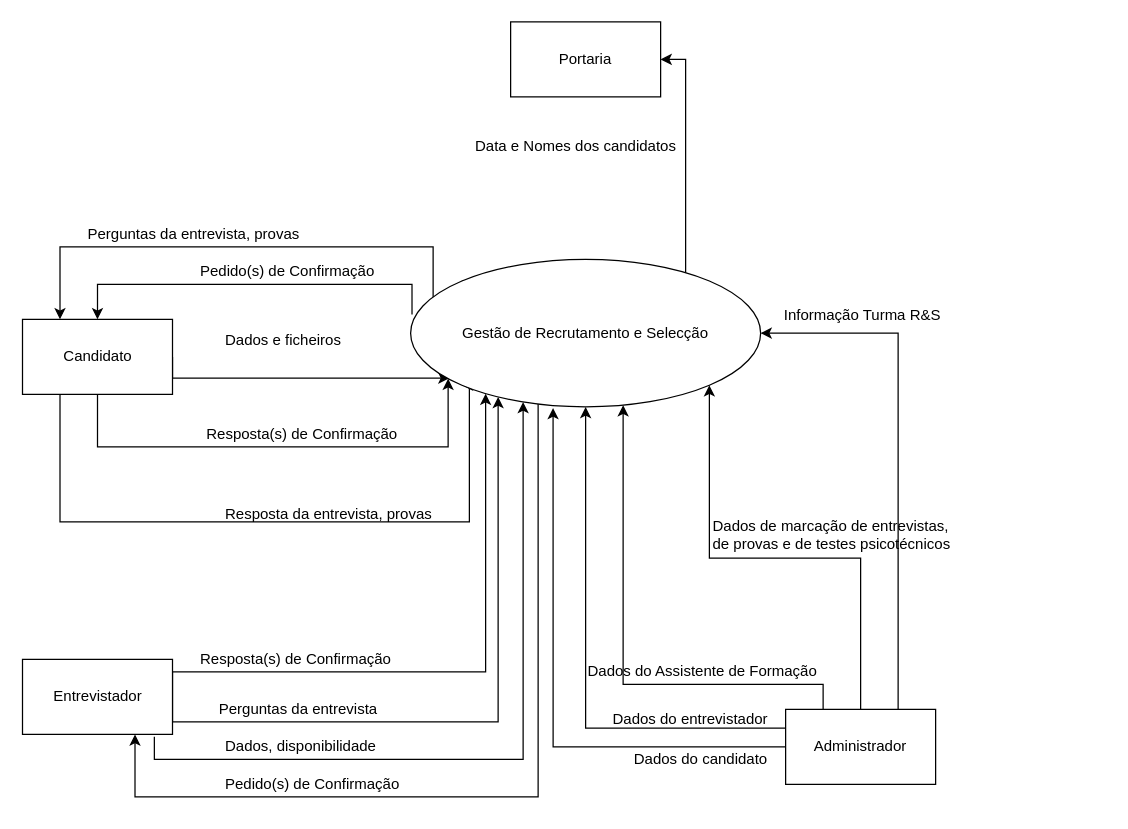
Earlier version of the draw.io diagram projeto/Docs/Diagrama de Contexto.drawio (blestonbandeira/grs). Source tidied: cells renumbered, new cells numbered last; positions are measured from the earlier drawing's top-left corner, leaving out a move shared by most shapes. Both pictures are drawn from the tidied source at 125%, with x=0, y=0 at pixel (22, 21).
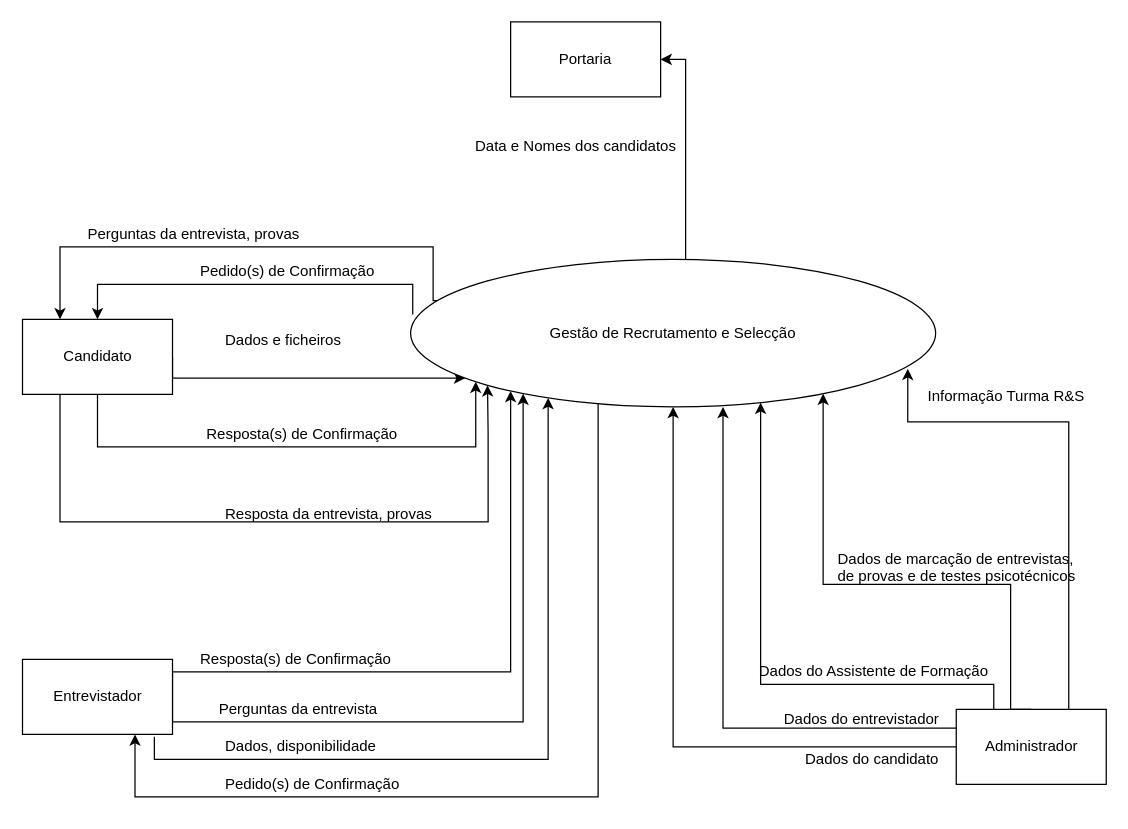
The same page after the edit.

Unchanged cells that the change refers to:
```xml
<mxCell id="5" value="Candidato" style="rounded=0;whiteSpace=wrap;html=1;" parent="1" vertex="1">
  <mxGeometry x="-0.5" y="238" width="120" height="60" as="geometry" />
</mxCell>
<mxCell id="19" value="Entrevistador" style="rounded=0;whiteSpace=wrap;html=1;" parent="1" vertex="1">
  <mxGeometry x="-0.5" y="510" width="120" height="60" as="geometry" />
</mxCell>
```

Change to the diagram source:
```diff
@@
-    <mxCell id="2" style="edgeStyle=orthogonalEdgeStyle;rounded=0;jettySize=auto;html=1;" parent="1" edge="1" source="5" target="12">
+    <mxCell id="2" style="edgeStyle=orthogonalEdgeStyle;rounded=0;jettySize=auto;html=1;entryX=0.124;entryY=0.829;entryDx=0;entryDy=0;entryPerimeter=0;" parent="1" edge="1" source="5" target="12">
       <mxGeometry relative="1" as="geometry">
         <Array as="points">
           <mxPoint x="60" y="340" />
-          <mxPoint x="340" y="340" />
+          <mxPoint x="362" y="340" />
         </Array>
       </mxGeometry>
     </mxCell>
     <mxCell id="3" style="edgeStyle=orthogonalEdgeStyle;rounded=0;jettySize=auto;html=1;exitX=0.25;exitY=1;exitDx=0;exitDy=0;entryX=0;entryY=1;entryDx=0;entryDy=0;" parent="1" edge="1" source="5" target="12">
       <mxGeometry relative="1" as="geometry">
         <Array as="points">
-          <mxPoint x="30" y="400" />
-          <mxPoint x="357" y="400" />
-          <mxPoint x="357" y="291" />
+          <mxPoint x="29" y="400" />
+          <mxPoint x="372" y="400" />
+          <mxPoint x="372" y="330" />
         </Array>
       </mxGeometry>
     </mxCell>
-    <mxCell id="4" style="edgeStyle=orthogonalEdgeStyle;rounded=0;jettySize=auto;html=1;exitX=1;exitY=0.5;exitDx=0;exitDy=0;entryX=0.111;entryY=0.805;entryDx=0;entryDy=0;entryPerimeter=0;" parent="1" edge="1" source="5" target="12">
+    <mxCell id="4" style="edgeStyle=orthogonalEdgeStyle;rounded=0;jettySize=auto;html=1;exitX=1;exitY=0.5;exitDx=0;exitDy=0;" parent="1" edge="1" source="5" target="12">
       <mxGeometry relative="1" as="geometry">
         <Array as="points">
           <mxPoint x="120" y="285" />
         </Array>
       </mxGeometry>
     </mxCell>
@@
     <mxCell id="9" style="edgeStyle=orthogonalEdgeStyle;rounded=0;jettySize=auto;html=1;exitX=1;exitY=1;exitDx=0;exitDy=0;entryX=0.75;entryY=1;entryDx=0;entryDy=0;" parent="1" edge="1" source="12" target="19">
       <mxGeometry relative="1" as="geometry">
         <Array as="points">
-          <mxPoint x="412" y="620" />
-          <mxPoint x="90" y="620" />
+          <mxPoint x="460" y="291" />
+          <mxPoint x="460" y="620" />
+          <mxPoint x="89" y="620" />
         </Array>
       </mxGeometry>
     </mxCell>
@@
     <mxCell id="12" value="Gestão de Recrutamento e Selecção" style="ellipse;whiteSpace=wrap;html=1;" parent="1" vertex="1">
-      <mxGeometry x="310" y="190" width="280" height="118" as="geometry" />
+      <mxGeometry x="310" y="190" width="420" height="118" as="geometry" />
     </mxCell>
@@
     <mxCell id="16" style="edgeStyle=orthogonalEdgeStyle;rounded=0;jettySize=auto;html=1;exitX=1;exitY=0.5;exitDx=0;exitDy=0;" parent="1" edge="1" source="19" target="12">
       <mxGeometry relative="1" as="geometry">
         <Array as="points">
           <mxPoint x="120" y="520" />
-          <mxPoint x="370" y="520" />
+          <mxPoint x="390" y="520" />
         </Array>
       </mxGeometry>
     </mxCell>
     <mxCell id="17" style="edgeStyle=orthogonalEdgeStyle;rounded=0;jettySize=auto;html=1;exitX=0.879;exitY=1.033;exitDx=0;exitDy=0;exitPerimeter=0;" parent="1" edge="1" source="19" target="12">
       <mxGeometry relative="1" as="geometry">
         <Array as="points">
           <mxPoint x="105" y="590" />
-          <mxPoint x="400" y="590" />
+          <mxPoint x="420" y="590" />
         </Array>
       </mxGeometry>
     </mxCell>
     <mxCell id="18" style="edgeStyle=orthogonalEdgeStyle;rounded=0;jettySize=auto;html=1;exitX=1;exitY=0.5;exitDx=0;exitDy=0;" parent="1" edge="1" source="19" target="12">
       <mxGeometry relative="1" as="geometry">
         <Array as="points">
           <mxPoint x="120" y="560" />
-          <mxPoint x="380" y="560" />
+          <mxPoint x="400" y="560" />
         </Array>
       </mxGeometry>
     </mxCell>
@@
-    <mxCell id="24" style="edgeStyle=orthogonalEdgeStyle;rounded=0;jettySize=auto;html=1;exitX=0;exitY=0.5;exitDx=0;exitDy=0;entryX=0.407;entryY=1.008;entryDx=0;entryDy=0;entryPerimeter=0;" parent="1" edge="1" source="29" target="12">
+    <mxCell id="24" style="edgeStyle=orthogonalEdgeStyle;rounded=0;jettySize=auto;html=1;exitX=0;exitY=0.5;exitDx=0;exitDy=0;" parent="1" edge="1" source="29" target="12">
       <mxGeometry relative="1" as="geometry" />
     </mxCell>
-    <mxCell id="25" style="edgeStyle=orthogonalEdgeStyle;rounded=0;jettySize=auto;html=1;exitX=0;exitY=0.25;exitDx=0;exitDy=0;" parent="1" edge="1" source="29" target="12">
+    <mxCell id="25" style="edgeStyle=orthogonalEdgeStyle;rounded=0;jettySize=auto;html=1;exitX=0;exitY=0.25;exitDx=0;exitDy=0;entryX=0.595;entryY=1;entryDx=0;entryDy=0;entryPerimeter=0;" parent="1" edge="1" source="29" target="12">
       <mxGeometry relative="1" as="geometry" />
     </mxCell>
     <mxCell id="26" style="edgeStyle=orthogonalEdgeStyle;rounded=0;jettySize=auto;html=1;exitX=0.25;exitY=0;exitDx=0;exitDy=0;" parent="1" edge="1" source="29" target="12">
       <mxGeometry relative="1" as="geometry">
         <Array as="points">
-          <mxPoint x="640" y="530" />
-          <mxPoint x="480" y="530" />
+          <mxPoint x="776" y="530" />
+          <mxPoint x="590" y="530" />
         </Array>
       </mxGeometry>
     </mxCell>
-    <mxCell id="27" style="edgeStyle=orthogonalEdgeStyle;rounded=0;jettySize=auto;html=1;exitX=0.5;exitY=0;exitDx=0;exitDy=0;entryX=1;entryY=1;entryDx=0;entryDy=0;" parent="1" edge="1" source="29" target="12">
-      <mxGeometry relative="1" as="geometry" />
+    <mxCell id="27" style="edgeStyle=orthogonalEdgeStyle;rounded=0;jettySize=auto;html=1;exitX=0.5;exitY=0;exitDx=0;exitDy=0;" parent="1" edge="1" source="29" target="12">
+      <mxGeometry relative="1" as="geometry">
+        <Array as="points">
+          <mxPoint x="790" y="550" />
+          <mxPoint x="790" y="450" />
+          <mxPoint x="640" y="450" />
+        </Array>
+      </mxGeometry>
     </mxCell>
-    <mxCell id="28" style="edgeStyle=orthogonalEdgeStyle;rounded=0;jettySize=auto;html=1;exitX=0.75;exitY=0;exitDx=0;exitDy=0;entryX=1;entryY=0.5;entryDx=0;entryDy=0;" parent="1" edge="1" source="29" target="12">
-      <mxGeometry relative="1" as="geometry" />
+    <mxCell id="28" style="edgeStyle=orthogonalEdgeStyle;rounded=0;jettySize=auto;html=1;exitX=0.75;exitY=0;exitDx=0;exitDy=0;entryX=0.947;entryY=0.742;entryDx=0;entryDy=0;entryPerimeter=0;" parent="1" edge="1" source="29" target="12">
+      <mxGeometry relative="1" as="geometry">
+        <Array as="points">
+          <mxPoint x="836" y="320" />
+          <mxPoint x="708" y="320" />
+        </Array>
+      </mxGeometry>
     </mxCell>
     <mxCell id="29" value="Administrador" style="rounded=0;whiteSpace=wrap;html=1;" parent="1" vertex="1">
-      <mxGeometry x="610" y="550" width="120" height="60" as="geometry" />
+      <mxGeometry x="746.5" y="550" width="120" height="60" as="geometry" />
     </mxCell>
@@
     <mxCell id="32" value="Dados do candidato" style="text;html=1;align=left;verticalAlign=top;spacingTop=-4;" parent="1" vertex="1">
-      <mxGeometry x="487" y="580" width="120" height="20" as="geometry" />
+      <mxGeometry x="623.5" y="580" width="120" height="20" as="geometry" />
     </mxCell>
     <mxCell id="33" value="Dados do entrevistador" style="text;html=1;align=left;verticalAlign=top;spacingTop=-4;" parent="1" vertex="1">
-      <mxGeometry x="470" y="548" width="140" height="20" as="geometry" />
+      <mxGeometry x="606.5" y="548" width="140" height="20" as="geometry" />
     </mxCell>
     <mxCell id="34" value="Dados do Assistente de Formação" style="text;html=1;align=left;verticalAlign=top;spacingTop=-4;" parent="1" vertex="1">
-      <mxGeometry x="450" y="510" width="200" height="20" as="geometry" />
+      <mxGeometry x="586.5" y="510" width="200" height="20" as="geometry" />
     </mxCell>
     <mxCell id="35" value="Dados de marcação de entrevistas, &lt;br&gt;de provas e de testes psicotécnicos" style="text;html=1;align=left;verticalAlign=top;spacingTop=-4;" parent="1" vertex="1">
-      <mxGeometry x="550" y="394" width="210" height="30" as="geometry" />
+      <mxGeometry x="650" y="420" width="210" height="30" as="geometry" />
     </mxCell>
     <mxCell id="36" value="Informação Turma R&amp;amp;S" style="text;html=1;align=left;verticalAlign=top;spacingTop=-4;" parent="1" vertex="1">
-      <mxGeometry x="607" y="225" width="140" height="20" as="geometry" />
+      <mxGeometry x="721.5" y="290" width="140" height="20" as="geometry" />
     </mxCell>
```
